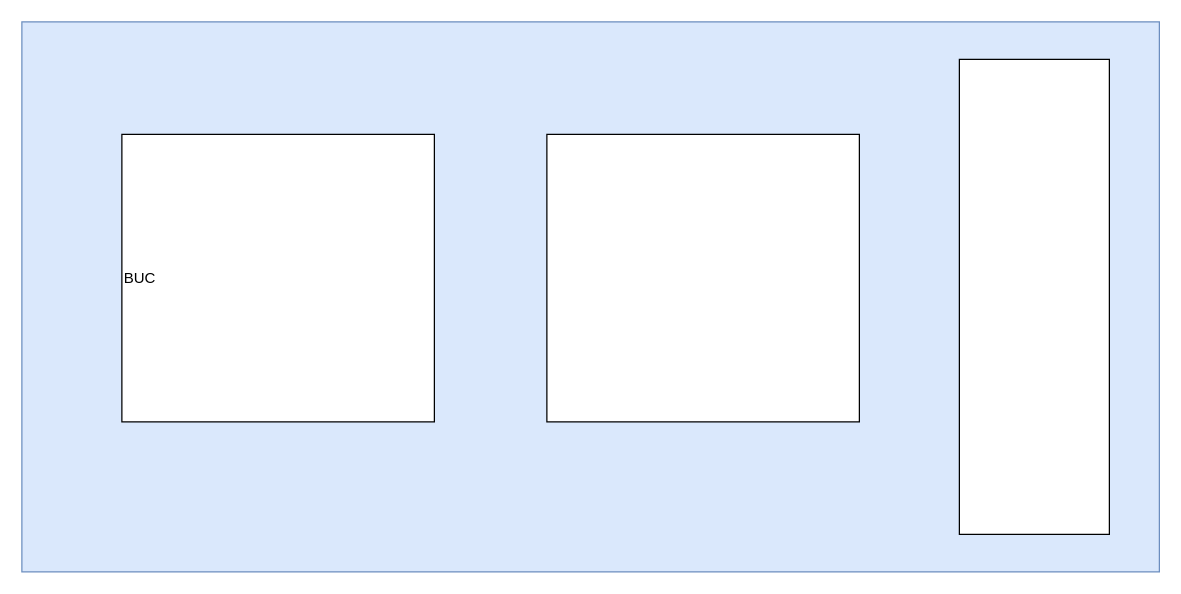
tunshiyu/HelloGithub keeps this draw.io diagram as Untitled Diagram.drawio. Above is the earlier version. Source tidied: cells renumbered, new cells numbered last; positions are measured from the earlier drawing's top-left corner, leaving out a move shared by most shapes. Both pictures are drawn from the tidied source at 125%, with x=0, y=0 at pixel (21, 21).
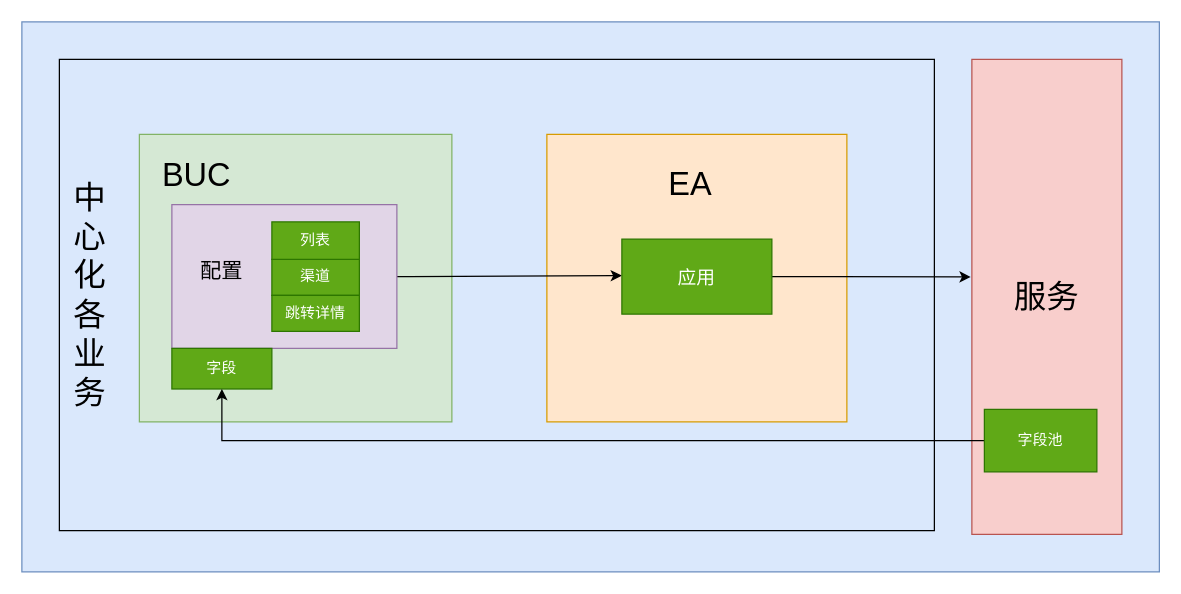
The same diagram, later.

What changed in the source:
```diff
@@
+    <mxCell id="6" style="rounded=0;whiteSpace=wrap;html=1;align=right;verticalAlign=top;fillColor=none;" parent="1" vertex="1">
+      <mxGeometry x="30" y="30" width="700" height="377" as="geometry" />
+    </mxCell>
-    <mxCell id="3" value="BUC" style="rounded=0;whiteSpace=wrap;html=1;align=left;direction=west;" parent="1" vertex="1">
-      <mxGeometry x="80" y="90" width="250" height="230" as="geometry" />
+    <mxCell id="3" value="&lt;p style=&quot;line-height: 120%&quot;&gt;&lt;br&gt;&lt;/p&gt;" style="rounded=0;whiteSpace=wrap;html=1;align=left;direction=west;fillColor=#d5e8d4;strokeColor=#82b366;" parent="1" vertex="1">
+      <mxGeometry x="94" y="90" width="250" height="230" as="geometry" />
     </mxCell>
-    <mxCell id="4" style="rounded=0;whiteSpace=wrap;html=1;" parent="1" vertex="1">
-      <mxGeometry x="750" y="30" width="120" height="380" as="geometry" />
+    <mxCell id="4" value="&lt;font style=&quot;font-size: 26px&quot;&gt;服务&lt;/font&gt;" style="rounded=0;whiteSpace=wrap;html=1;fillColor=#f8cecc;strokeColor=#b85450;" parent="1" vertex="1">
+      <mxGeometry x="760" y="30" width="120" height="380" as="geometry" />
     </mxCell>
-    <mxCell id="5" style="rounded=0;whiteSpace=wrap;html=1;" parent="1" vertex="1">
-      <mxGeometry x="420" y="90" width="250" height="230" as="geometry" />
+    <mxCell id="5" style="rounded=0;whiteSpace=wrap;html=1;fillColor=#ffe6cc;strokeColor=#d79b00;" parent="1" vertex="1">
+      <mxGeometry x="420" y="90" width="240" height="230" as="geometry" />
     </mxCell>
+    <mxCell id="7" style="edgeStyle=orthogonalEdgeStyle;rounded=0;jettySize=auto;html=1;exitX=1;exitY=0.5;exitDx=0;exitDy=0;" parent="1" edge="1" source="8">
+      <mxGeometry relative="1" as="geometry">
+        <mxPoint x="480" y="203" as="targetPoint" />
+        <Array as="points">
+          <mxPoint x="310" y="204" />
+        </Array>
+      </mxGeometry>
+    </mxCell>
+    <mxCell id="8" style="rounded=0;whiteSpace=wrap;html=1;fillColor=#e1d5e7;strokeColor=#9673a6;" parent="1" vertex="1">
+      <mxGeometry x="120" y="146.2" width="180" height="115" as="geometry" />
+    </mxCell>
+    <mxCell id="9" value="字段" style="rounded=0;whiteSpace=wrap;html=1;fillColor=#60a917;strokeColor=#2D7600;fontColor=#ffffff;" parent="1" vertex="1">
+      <mxGeometry x="120" y="261.2" width="80" height="32.5" as="geometry" />
+    </mxCell>
+    <mxCell id="10" value="渠道" style="rounded=0;whiteSpace=wrap;html=1;fillColor=#60a917;strokeColor=#2D7600;fontColor=#ffffff;" parent="1" vertex="1">
+      <mxGeometry x="200" y="190" width="70" height="28.8" as="geometry" />
+    </mxCell>
+    <mxCell id="11" style="edgeStyle=orthogonalEdgeStyle;rounded=0;jettySize=auto;html=1;entryX=0.5;entryY=1;entryDx=0;entryDy=0;" parent="1" edge="1" source="13" target="9">
+      <mxGeometry relative="1" as="geometry" />
+    </mxCell>
+    <mxCell id="12" value="列表" style="rounded=0;whiteSpace=wrap;html=1;fillColor=#60a917;strokeColor=#2D7600;fontColor=#ffffff;" parent="1" vertex="1">
+      <mxGeometry x="200" y="160" width="70" height="30" as="geometry" />
+    </mxCell>
+    <mxCell id="13" value="字段池" style="rounded=0;whiteSpace=wrap;html=1;fillColor=#60a917;strokeColor=#2D7600;fontColor=#ffffff;" parent="1" vertex="1">
+      <mxGeometry x="770" y="310" width="90" height="50" as="geometry" />
+    </mxCell>
+    <mxCell id="14" style="edgeStyle=orthogonalEdgeStyle;rounded=0;jettySize=auto;html=1;entryX=-0.008;entryY=0.458;entryDx=0;entryDy=0;entryPerimeter=0;" parent="1" edge="1" source="15" target="4">
+      <mxGeometry relative="1" as="geometry">
+        <Array as="points">
+          <mxPoint x="650" y="204" />
+          <mxPoint x="650" y="204" />
+        </Array>
+      </mxGeometry>
+    </mxCell>
+    <mxCell id="15" value="&lt;font style=&quot;font-size: 15px&quot;&gt;应用&lt;/font&gt;" style="rounded=0;whiteSpace=wrap;html=1;fillColor=#60a917;strokeColor=#2D7600;fontColor=#ffffff;" parent="1" vertex="1">
+      <mxGeometry x="480" y="173.8" width="120" height="60" as="geometry" />
+    </mxCell>
+    <mxCell id="16" value="&lt;font style=&quot;font-size: 26px&quot;&gt;EA&lt;/font&gt;" style="text;html=1;strokeColor=none;fillColor=none;align=center;verticalAlign=middle;whiteSpace=wrap;rounded=0;" parent="1" vertex="1">
+      <mxGeometry x="515" y="120" width="40" height="20" as="geometry" />
+    </mxCell>
+    <mxCell id="17" value="&lt;span style=&quot;text-align: left&quot;&gt;&lt;font style=&quot;font-size: 26px&quot;&gt;BUC&lt;/font&gt;&lt;/span&gt;" style="text;html=1;strokeColor=none;fillColor=none;align=center;verticalAlign=middle;whiteSpace=wrap;rounded=0;" parent="1" vertex="1">
+      <mxGeometry x="120" y="113" width="40" height="20" as="geometry" />
+    </mxCell>
+    <mxCell id="18" value="跳转详情" style="rounded=0;whiteSpace=wrap;html=1;fillColor=#60a917;strokeColor=#2D7600;fontColor=#ffffff;" parent="1" vertex="1">
+      <mxGeometry x="200" y="218.8" width="70" height="28.8" as="geometry" />
+    </mxCell>
+    <mxCell id="19" value="&lt;font style=&quot;font-size: 17px&quot;&gt;配置&lt;/font&gt;" style="text;html=1;strokeColor=none;fillColor=none;align=center;verticalAlign=middle;whiteSpace=wrap;rounded=0;" parent="1" vertex="1">
+      <mxGeometry x="140" y="190" width="40" height="20" as="geometry" />
+    </mxCell>
+    <mxCell id="20" value="&lt;div&gt;&lt;span&gt;&lt;font style=&quot;font-size: 26px&quot;&gt;中心化各业务&lt;/font&gt;&lt;/span&gt;&lt;/div&gt;" style="text;html=1;strokeColor=none;fillColor=none;align=center;verticalAlign=top;whiteSpace=wrap;rounded=0;rotation=90;horizontal=0;" parent="1" vertex="1">
+      <mxGeometry x="-50.5" y="214.8" width="210.5" height="19" as="geometry" />
+    </mxCell>
```
